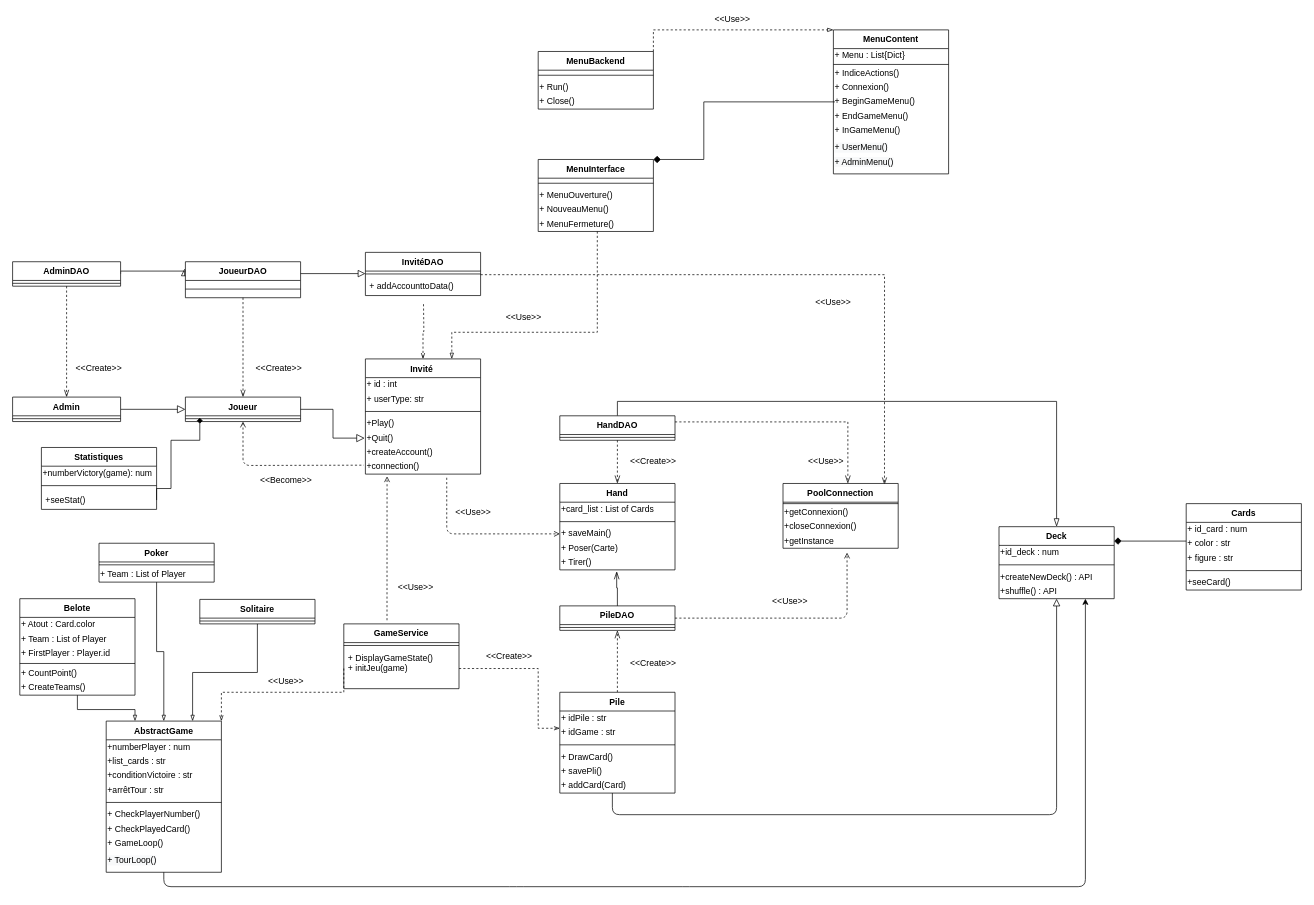
Earlier version of the draw.io diagram Diagrams/ClassDiagram.drawio (MailineN/ProjetInfo2A). Source tidied: cells renumbered, new cells numbered last; positions are measured from the earlier drawing's top-left corner, leaving out a move shared by most shapes. Both pictures are drawn from the tidied source at 72%, with x=0, y=0 at pixel (12, 12).
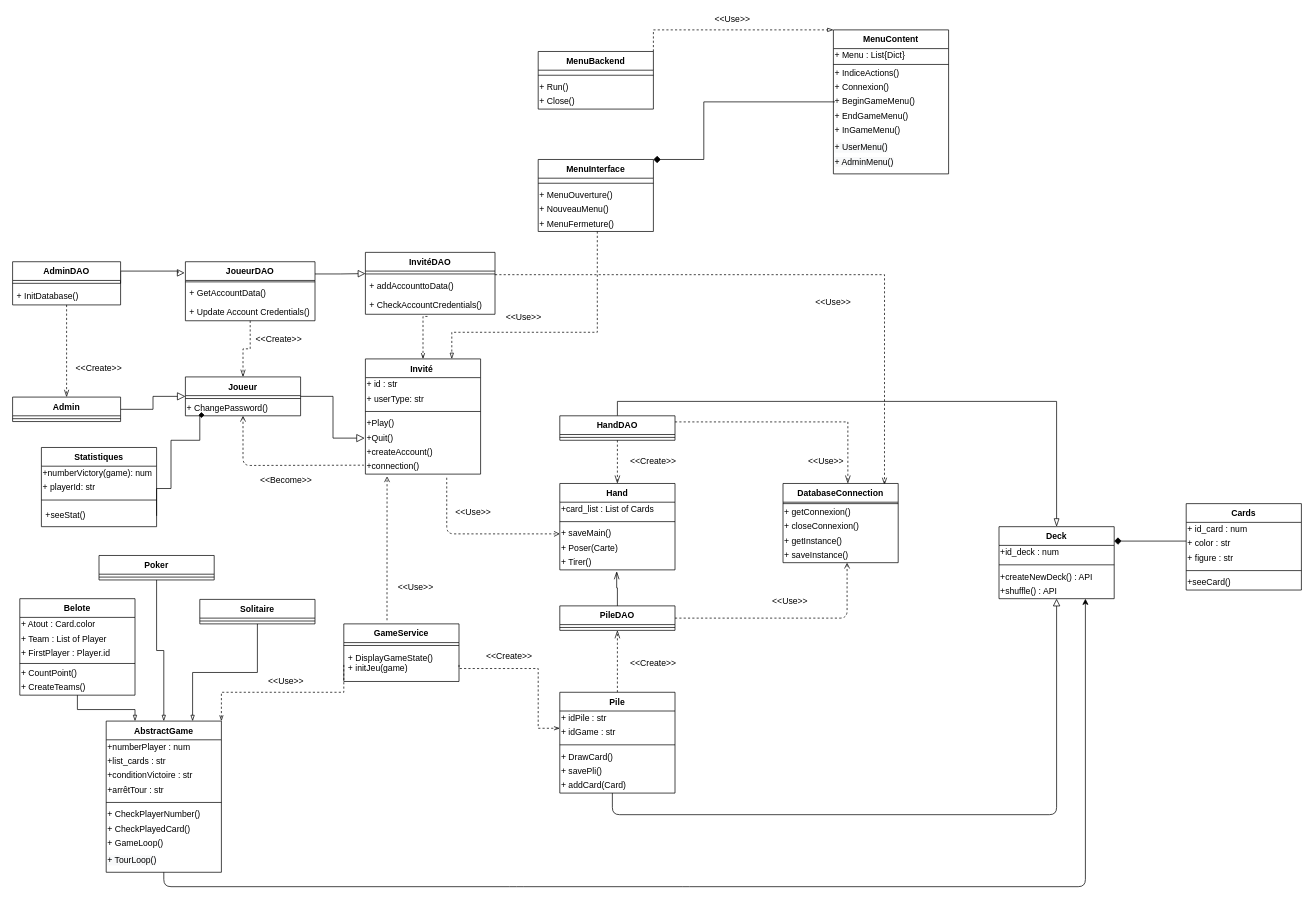
Above is the later version.

Unchanged cells that the change refers to:
```xml
<mxCell id="64" value="Invité " style="swimlane;fontStyle=1;align=center;verticalAlign=top;horizontal=1;startSize=26;fontColor=none;" parent="1" vertex="1">
  <mxGeometry x="490" y="481" width="160" height="160" as="geometry" />
</mxCell>
<mxCell id="83" value="PileDAO" style="swimlane;fontStyle=1;align=center;verticalAlign=top;horizontal=1;startSize=26;fontColor=none;" parent="1" vertex="1">
  <mxGeometry x="760" y="824" width="160" height="34" as="geometry" />
</mxCell>
```

What changed in the source:
```diff
@@
     <mxCell id="8" value="GameService" style="swimlane;fontStyle=1;align=center;verticalAlign=top;horizontal=1;startSize=26;" parent="1" vertex="1">
-      <mxGeometry x="460" y="849" width="160" height="90" as="geometry" />
+      <mxGeometry x="460" y="849" width="160" height="80" as="geometry" />
     </mxCell>
@@
     <mxCell id="10" value="+ DisplayGameState()&#10;+ initJeu(game)" style="text;strokeColor=none;fillColor=none;align=left;verticalAlign=top;spacingLeft=4;spacingRight=4;overflow=hidden;points=[[0,0.5],[1,0.5]];portConstraint=eastwest;" parent="8" vertex="1">
-      <mxGeometry y="34" width="160" height="56" as="geometry" />
+      <mxGeometry y="34" width="160" height="46" as="geometry" />
     </mxCell>
@@
-    <mxCell id="25" value="Joueur&#10;" style="swimlane;fontStyle=1;align=center;verticalAlign=top;horizontal=1;startSize=26;fontColor=none;" parent="1" vertex="1">
-      <mxGeometry x="240" y="534" width="160" height="34" as="geometry" />
-    </mxCell>
-    <mxCell id="26" style="line;strokeWidth=1;fillColor=none;align=left;verticalAlign=middle;spacingTop=-1;spacingLeft=3;spacingRight=3;labelPosition=right;points=[];portConstraint=eastwest;" parent="25" vertex="1">
-      <mxGeometry y="26" width="160" height="8" as="geometry" />
-    </mxCell>
@@
     <mxCell id="59" value="&amp;lt;&amp;lt;Create&amp;gt;&amp;gt;" style="text;html=1;strokeColor=none;fillColor=none;align=center;verticalAlign=middle;whiteSpace=wrap;rounded=0;fontColor=none;" parent="1" vertex="1">
-      <mxGeometry x="350" y="484" width="40" height="20" as="geometry" />
+      <mxGeometry x="350" y="444" width="40" height="20" as="geometry" />
     </mxCell>
     <mxCell id="60" style="edgeStyle=orthogonalEdgeStyle;rounded=0;jettySize=auto;html=1;exitX=1;exitY=0.5;exitDx=0;exitDy=0;startArrow=none;startFill=0;startSize=8;endArrow=block;endFill=0;endSize=8;strokeWidth=1;fontColor=none;entryX=-0.006;entryY=0.189;entryDx=0;entryDy=0;entryPerimeter=0;" parent="1" edge="1" source="76" target="74">
       <mxGeometry relative="1" as="geometry">
         <Array as="points">
           <mxPoint x="150" y="359" />
+          <mxPoint x="230" y="359" />
+          <mxPoint x="230" y="362" />
         </Array>
       </mxGeometry>
     </mxCell>
@@
-    <mxCell id="63" style="edgeStyle=orthogonalEdgeStyle;rounded=0;jettySize=auto;html=1;exitX=0.5;exitY=0;exitDx=0;exitDy=0;endArrow=none;endFill=0;dashed=1;startArrow=openThin;startFill=0;" parent="1" edge="1" source="64">
+    <mxCell id="63" style="edgeStyle=orthogonalEdgeStyle;rounded=0;jettySize=auto;html=1;exitX=0.5;exitY=0;exitDx=0;exitDy=0;endArrow=none;endFill=0;dashed=1;startArrow=openThin;startFill=0;entryX=0.489;entryY=1.115;entryDx=0;entryDy=0;entryPerimeter=0;" parent="1" edge="1" source="64" target="148">
       <mxGeometry relative="1" as="geometry">
-        <mxPoint x="570.7" y="404" as="targetPoint" />
+        <Array as="points">
+          <mxPoint x="570" y="422" />
+        </Array>
       </mxGeometry>
     </mxCell>
@@
-    <mxCell id="65" value="+ id : int" style="text;html=1;align=left;verticalAlign=middle;fontColor=none;" parent="64" vertex="1">
+    <mxCell id="65" value="+ id : str" style="text;html=1;align=left;verticalAlign=middle;fontColor=none;" parent="64" vertex="1">
       <mxGeometry y="26" width="160" height="20" as="geometry" />
     </mxCell>
@@
     <mxCell id="74" value="JoueurDAO" style="swimlane;fontStyle=1;align=center;verticalAlign=top;horizontal=1;startSize=26;fontColor=none;" parent="1" vertex="1">
-      <mxGeometry x="240" y="346" width="160" height="50" as="geometry" />
+      <mxGeometry x="240" y="346" width="180" height="82" as="geometry" />
     </mxCell>
     <mxCell id="75" style="line;strokeWidth=1;fillColor=none;align=left;verticalAlign=middle;spacingTop=-1;spacingLeft=3;spacingRight=3;labelPosition=right;" parent="74" vertex="1">
-      <mxGeometry y="26" width="160" height="24" as="geometry" />
+      <mxGeometry y="26" width="180" height="4" as="geometry" />
     </mxCell>
+    <mxCell id="145" value="+ GetAccountData() " style="text;strokeColor=none;fillColor=none;align=left;verticalAlign=top;spacingLeft=4;spacingRight=4;overflow=hidden;" parent="74" vertex="1">
+      <mxGeometry y="30" width="180" height="26" as="geometry" />
+    </mxCell>
+    <mxCell id="146" value="+ Update Account Credentials() " style="text;strokeColor=none;fillColor=none;align=left;verticalAlign=top;spacingLeft=4;spacingRight=4;overflow=hidden;" parent="74" vertex="1">
+      <mxGeometry y="56" width="180" height="26" as="geometry" />
+    </mxCell>
     <mxCell id="76" value="AdminDAO" style="swimlane;fontStyle=1;align=center;verticalAlign=top;horizontal=1;startSize=26;fontColor=none;" parent="1" vertex="1">
-      <mxGeometry y="346" width="150" height="34" as="geometry" />
+      <mxGeometry y="346" width="150" height="60" as="geometry" />
     </mxCell>
@@
+    <mxCell id="147" value="+ InitDatabase() " style="text;strokeColor=none;fillColor=none;align=left;verticalAlign=top;spacingLeft=4;spacingRight=4;overflow=hidden;" parent="76" vertex="1">
+      <mxGeometry y="34" width="150" height="26" as="geometry" />
+    </mxCell>
     <mxCell id="78" value="InvitéDAO" style="swimlane;fontStyle=1;align=center;verticalAlign=top;horizontal=1;startSize=26;fontColor=none;" parent="1" vertex="1">
-      <mxGeometry x="490" y="333" width="160" height="60" as="geometry" />
+      <mxGeometry x="490" y="333" width="180" height="86" as="geometry" />
     </mxCell>
     <mxCell id="79" style="line;strokeWidth=1;fillColor=none;align=left;verticalAlign=middle;spacingTop=-1;spacingLeft=3;spacingRight=3;labelPosition=right;" parent="78" vertex="1">
-      <mxGeometry y="26" width="160" height="8" as="geometry" />
+      <mxGeometry y="26" width="180" height="8" as="geometry" />
     </mxCell>
     <mxCell id="80" value="+ addAccounttoData() " style="text;strokeColor=none;fillColor=none;align=left;verticalAlign=top;spacingLeft=4;spacingRight=4;overflow=hidden;points=[[0,0.5],[1,0.5]];portConstraint=eastwest;" parent="78" vertex="1">
-      <mxGeometry y="34" width="160" height="26" as="geometry" />
+      <mxGeometry y="34" width="180" height="26" as="geometry" />
     </mxCell>
+    <mxCell id="148" value="+ CheckAccountCredentials() " style="text;strokeColor=none;fillColor=none;align=left;verticalAlign=top;spacingLeft=4;spacingRight=4;overflow=hidden;points=[[0,0.5],[1,0.5]];portConstraint=eastwest;" parent="78" vertex="1">
+      <mxGeometry y="60" width="180" height="26" as="geometry" />
+    </mxCell>
-    <mxCell id="81" style="edgeStyle=orthogonalEdgeStyle;rounded=0;orthogonalLoop=1;jettySize=auto;html=1;exitX=1;exitY=0.5;exitDx=0;exitDy=0;entryX=0;entryY=0.5;entryDx=0;entryDy=0;startArrow=none;startFill=0;startSize=8;endArrow=block;endFill=0;endSize=8;strokeWidth=1;fontColor=none;" parent="1" edge="1">
+    <mxCell id="81" style="edgeStyle=orthogonalEdgeStyle;rounded=0;orthogonalLoop=1;jettySize=auto;html=1;entryX=0;entryY=0.5;entryDx=0;entryDy=0;startArrow=none;startFill=0;startSize=8;endArrow=block;endFill=0;endSize=8;strokeWidth=1;fontColor=none;" parent="1" edge="1">
       <mxGeometry relative="1" as="geometry">
-        <mxPoint x="400" y="362.5" as="sourcePoint" />
+        <mxPoint x="420" y="363" as="sourcePoint" />
         <mxPoint x="490" y="362.5" as="targetPoint" />
+        <Array as="points">
+          <mxPoint x="455" y="363" />
+        </Array>
       </mxGeometry>
     </mxCell>
-    <mxCell id="82" style="edgeStyle=orthogonalEdgeStyle;rounded=0;jettySize=auto;html=1;exitX=1;exitY=0.5;exitDx=0;exitDy=0;endArrow=diamond;endFill=1;entryX=0.125;entryY=0.333;entryDx=0;entryDy=0;entryPerimeter=0;" parent="1" edge="1" source="105" target="26">
+    <mxCell id="82" style="edgeStyle=orthogonalEdgeStyle;rounded=0;jettySize=auto;html=1;exitX=1;exitY=0.5;exitDx=0;exitDy=0;endArrow=diamond;endFill=1;entryX=0.113;entryY=0.95;entryDx=0;entryDy=0;entryPerimeter=0;" parent="1" edge="1" source="105" target="151">
       <mxGeometry relative="1" as="geometry">
         <Array as="points">
+          <mxPoint x="200" y="661" />
           <mxPoint x="220" y="661" />
           <mxPoint x="220" y="594" />
           <mxPoint x="260" y="594" />
+          <mxPoint x="260" y="559" />
         </Array>
       </mxGeometry>
     </mxCell>
@@
-    <mxCell id="86" value="PoolConnection" style="swimlane;fontStyle=1;align=center;verticalAlign=top;horizontal=1;startSize=26;fontColor=none;" parent="1" vertex="1">
-      <mxGeometry x="1070" y="654" width="160" height="90" as="geometry" />
+    <mxCell id="86" value="DatabaseConnection" style="swimlane;fontStyle=1;align=center;verticalAlign=top;horizontal=1;startSize=26;fontColor=none;" parent="1" vertex="1">
+      <mxGeometry x="1070" y="654" width="160" height="110" as="geometry" />
     </mxCell>
@@
-    <mxCell id="88" value="+getConnexion()" style="text;html=1;align=left;verticalAlign=middle;fontColor=none;" parent="86" vertex="1">
+    <mxCell id="88" value="+ getConnexion()" style="text;html=1;align=left;verticalAlign=middle;fontColor=none;" parent="86" vertex="1">
       <mxGeometry y="30" width="160" height="20" as="geometry" />
     </mxCell>
-    <mxCell id="89" value="+closeConnexion()" style="text;html=1;align=left;verticalAlign=middle;fontColor=none;" parent="86" vertex="1">
+    <mxCell id="89" value="+ closeConnexion()" style="text;html=1;align=left;verticalAlign=middle;fontColor=none;" parent="86" vertex="1">
       <mxGeometry y="50" width="160" height="20" as="geometry" />
     </mxCell>
-    <mxCell id="90" value="+getInstance" style="text;html=1;align=left;verticalAlign=middle;points=[];fontColor=none;" parent="86" vertex="1">
+    <mxCell id="90" value="+ getInstance()" style="text;html=1;align=left;verticalAlign=middle;points=[];fontColor=none;" parent="86" vertex="1">
       <mxGeometry y="70" width="160" height="20" as="geometry" />
     </mxCell>
+    <mxCell id="149" value="+ saveInstance()" style="text;html=1;align=left;verticalAlign=middle;fontColor=none;" parent="86" vertex="1">
+      <mxGeometry y="90" width="160" height="20" as="geometry" />
+    </mxCell>
-    <mxCell id="91" style="endArrow=open;html=1;entryX=0.556;entryY=1.3;entryDx=0;entryDy=0;entryPerimeter=0;exitX=1;exitY=0.5;exitDx=0;exitDy=0;dashed=1;endFill=0;" parent="1" edge="1" source="83" target="90">
+    <mxCell id="91" style="endArrow=open;html=1;exitX=1;exitY=0.5;exitDx=0;exitDy=0;dashed=1;endFill=0;" parent="1" edge="1" source="83">
       <mxGeometry relative="1" as="geometry">
+        <mxPoint x="1159" y="764" as="targetPoint" />
         <Array as="points">
           <mxPoint x="1159" y="841" />
         </Array>
       </mxGeometry>
     </mxCell>
@@
     <mxCell id="102" value="Statistiques" style="swimlane;fontStyle=1;align=center;verticalAlign=top;horizontal=1;startSize=26;" parent="1" vertex="1">
-      <mxGeometry x="40" y="604" width="160" height="86" as="geometry" />
+      <mxGeometry x="40" y="604" width="160" height="110" as="geometry" />
     </mxCell>
@@
+    <mxCell id="150" value="+ playerId: str" style="text;html=1;strokeColor=none;fillColor=none;align=left;verticalAlign=middle;whiteSpace=wrap;rounded=0;" parent="102" vertex="1">
+      <mxGeometry y="46" width="160" height="20" as="geometry" />
+    </mxCell>
     <mxCell id="104" style="line;strokeWidth=1;fillColor=none;align=left;verticalAlign=middle;spacingTop=-1;spacingLeft=3;spacingRight=3;labelPosition=right;" parent="102" vertex="1">
-      <mxGeometry y="46" width="160" height="14" as="geometry" />
+      <mxGeometry y="66" width="160" height="14" as="geometry" />
     </mxCell>
     <mxCell id="105" value="+seeStat()" style="text;strokeColor=none;fillColor=none;align=left;verticalAlign=top;spacingLeft=4;spacingRight=4;overflow=hidden;points=[[0,0.5],[1,0.5]];portConstraint=eastwest;" parent="102" vertex="1">
-      <mxGeometry y="60" width="160" height="26" as="geometry" />
+      <mxGeometry y="80" width="160" height="30" as="geometry" />
     </mxCell>
@@
-    <mxCell id="131" value="Poker" style="swimlane;fontStyle=1;align=center;verticalAlign=top;horizontal=1;startSize=26;fontColor=none;" parent="1" vertex="1">
-      <mxGeometry x="120" y="737" width="160" height="54" as="geometry" />
-    </mxCell>
-    <mxCell id="132" style="line;strokeWidth=1;fillColor=none;align=left;verticalAlign=middle;spacingTop=-1;spacingLeft=3;spacingRight=3;labelPosition=right;" parent="131" vertex="1">
-      <mxGeometry y="26" width="160" height="8" as="geometry" />
-    </mxCell>
-    <mxCell id="133" value="+ Team : List of Player" style="text;html=1;align=left;verticalAlign=middle;fontColor=none;" parent="131" vertex="1">
-      <mxGeometry y="34" width="160" height="20" as="geometry" />
-    </mxCell>
@@
+    <mxCell id="25" value="Joueur&#10;" style="swimlane;fontStyle=1;align=center;verticalAlign=top;horizontal=1;startSize=26;fontColor=none;" parent="1" vertex="1">
+      <mxGeometry x="240" y="506" width="160" height="54" as="geometry" />
+    </mxCell>
+    <mxCell id="26" style="line;strokeWidth=1;fillColor=none;align=left;verticalAlign=middle;spacingTop=-1;spacingLeft=3;spacingRight=3;labelPosition=right;points=[];portConstraint=eastwest;" parent="25" vertex="1">
+      <mxGeometry y="26" width="160" height="8" as="geometry" />
+    </mxCell>
+    <mxCell id="151" value="+ ChangePassword()" style="text;html=1;align=left;verticalAlign=middle;points=[];fontColor=none;" parent="25" vertex="1">
+      <mxGeometry y="34" width="160" height="20" as="geometry" />
+    </mxCell>
+    <mxCell id="131" value="Poker" style="swimlane;fontStyle=1;align=center;verticalAlign=top;horizontal=1;startSize=26;fontColor=none;" parent="1" vertex="1">
+      <mxGeometry x="120" y="754" width="160" height="34" as="geometry" />
+    </mxCell>
+    <mxCell id="132" style="line;strokeWidth=1;fillColor=none;align=left;verticalAlign=middle;spacingTop=-1;spacingLeft=3;spacingRight=3;labelPosition=right;" parent="131" vertex="1">
+      <mxGeometry y="26" width="160" height="8" as="geometry" />
+    </mxCell>
```
